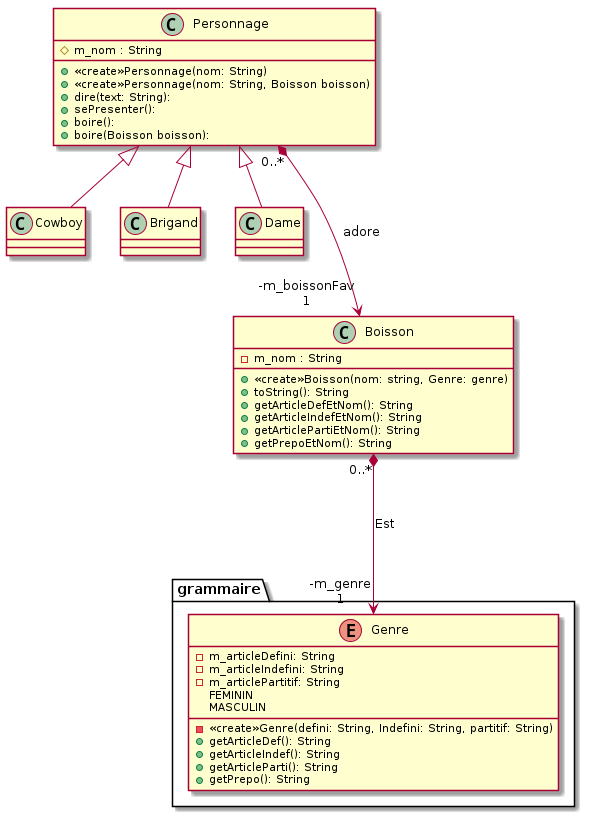
Omikrone/Western keeps this PlantUML diagram as src/Histoire1.png. Above is the earlier version. Its source is kept beside it as src/Histoire1.puml.
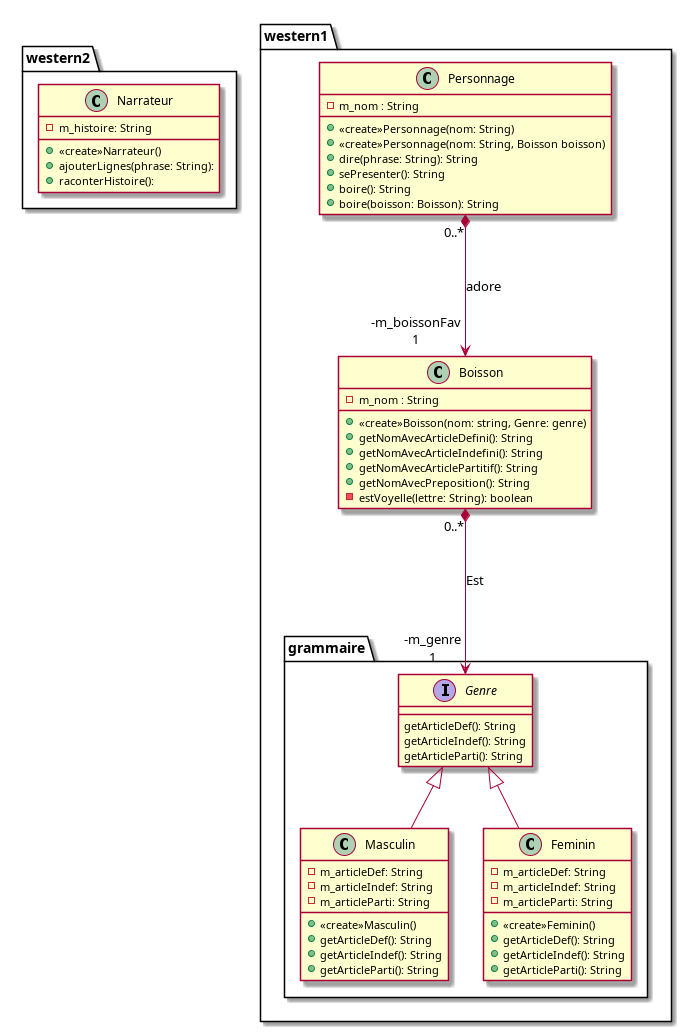
After the change.

Commit message:
class boisson a test/maj uml

Diff of the diagram source:
```diff
@@ -1,54 +1,62 @@
 @startuml
 
+package western2{
+    class Narrateur{
+    -m_histoire: String
+    +«create»Narrateur()
+    +ajouterLignes(phrase: String):
+    +raconterHistoire():
+}
+
+}
+package western1{
 class Personnage{
-    #m_nom : String
+    -m_nom : String
     +«create»Personnage(nom: String)
     +«create»Personnage(nom: String, Boisson boisson)
-    +dire(text: String):
-    +sePresenter():
-    +boire():
-    +boire(Boisson boisson):
+    +dire(phrase: String): String
+    +sePresenter(): String
+    +boire(): String
+    +boire(boisson: Boisson): String
 }
-
-class Cowboy extends Personnage{
-
-}
-
-class Brigand extends Personnage{
-
-}
-
-class Dame extends Personnage{
-
-}
-
 
 class Boisson{
     -m_nom : String
     +«create»Boisson(nom: string, Genre: genre)
-    +toString(): String
-    +getArticleDefEtNom(): String
-    +getArticleIndefEtNom(): String
-    +getArticlePartiEtNom(): String
-    +getPrepoEtNom(): String
-
+    +getNomAvecArticleDefini(): String
+    +getNomAvecArticleIndefini(): String
+    +getNomAvecArticlePartitif(): String
+    +getNomAvecPreposition(): String
+    -estVoyelle(lettre: String): boolean
 }
 
 package grammaire {
-    enum Genre{
-        -m_articleDefini: String
-        -m_articleIndefini: String
-        -m_articlePartitif: String
-        -«create»Genre(defini: String, Indefini: String, partitif: String)
-        FEMININ
-        MASCULIN
+    class Masculin extends Genre{
+        -m_articleDef: String
+        -m_articleIndef: String
+        -m_articleParti: String
+        +«create»Masculin()
         +getArticleDef(): String
         +getArticleIndef(): String
         +getArticleParti(): String
-        +getPrepo(): String
+    }
+    class Feminin extends Genre{
+        -m_articleDef: String
+        -m_articleIndef: String
+        -m_articleParti: String
+        +«create»Feminin()
+        +getArticleDef(): String
+        +getArticleIndef(): String
+        +getArticleParti(): String
+    }
+
+    interface Genre{
+        getArticleDef(): String
+        getArticleIndef(): String
+        getArticleParti(): String
     }
 }
-
+}
 Boisson "0..*" *---> "-m_genre\n1" Genre : Est
 
 Personnage "0..*" *---> "-m_boissonFav\n1" Boisson : adore
```
